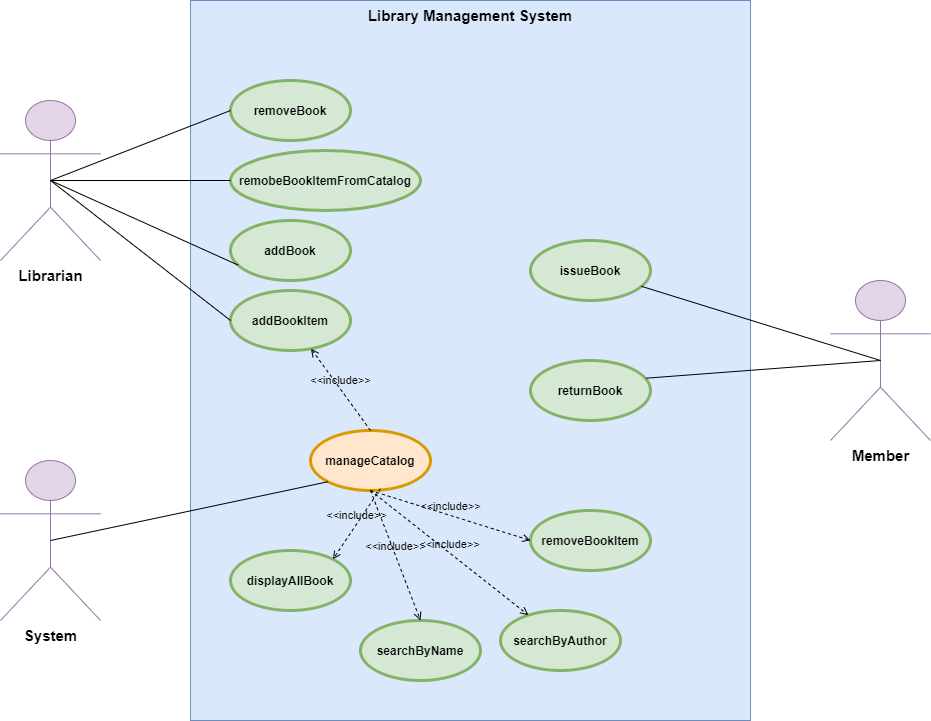
Earlier version of the draw.io export LibraryManagementSystem/UMLDiagrams/UseCaseLMS.png (adaick/PyhonProjects). Source tidied: cells renumbered, new cells last; positions are measured from the earlier drawing's top-left corner, leaving out a move shared by most shapes.
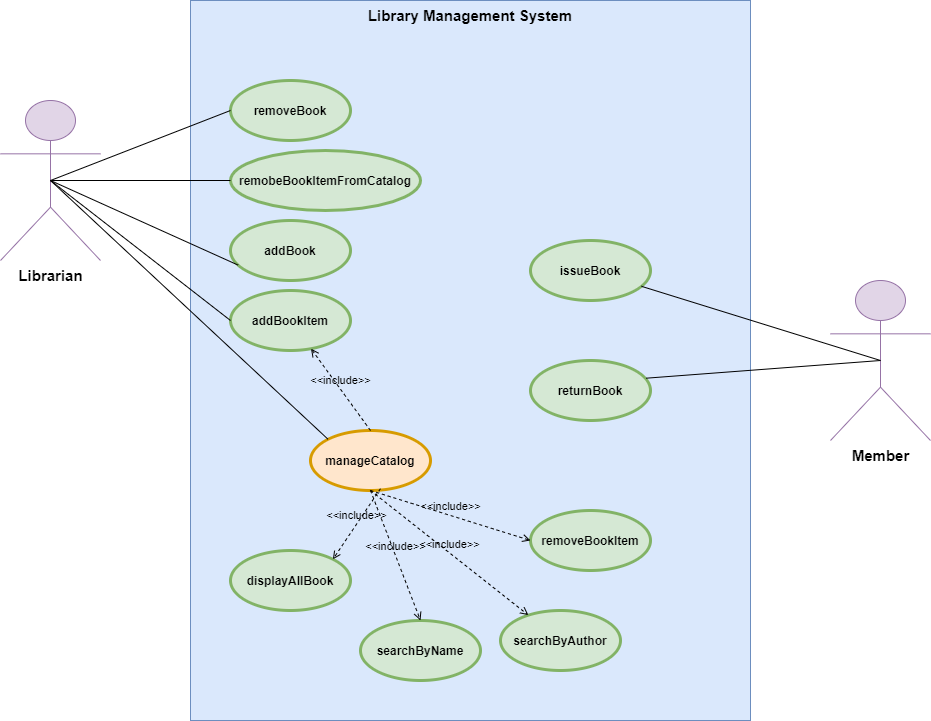
After the commit.

The edit, as a diff of the source:
```diff
@@ -38,9 +38,6 @@
     <mxCell id="13" value="&lt;b&gt;&lt;font style=&quot;font-size: 15px&quot;&gt;Librarian&lt;/font&gt;&lt;/b&gt;" style="shape=umlActor;html=1;verticalLabelPosition=bottom;verticalAlign=top;align=center;fillColor=#e1d5e7;strokeColor=#9673a6;" parent="1" vertex="1">
       <mxGeometry y="100" width="100" height="160" as="geometry" />
     </mxCell>
-    <mxCell id="14" value="&lt;span style=&quot;font-size: 15px&quot;&gt;&lt;b&gt;System&lt;/b&gt;&lt;/span&gt;" style="shape=umlActor;html=1;verticalLabelPosition=bottom;verticalAlign=top;align=center;fillColor=#e1d5e7;strokeColor=#9673a6;" parent="1" vertex="1">
-      <mxGeometry y="460" width="100" height="160" as="geometry" />
-    </mxCell>
     <mxCell id="15" value="&lt;b&gt;&lt;font style=&quot;font-size: 15px&quot;&gt;Member&lt;/font&gt;&lt;/b&gt;" style="shape=umlActor;html=1;verticalLabelPosition=bottom;verticalAlign=top;align=center;fillColor=#e1d5e7;strokeColor=#9673a6;" parent="1" vertex="1">
       <mxGeometry x="830" y="280" width="100" height="160" as="geometry" />
     </mxCell>
@@ -69,9 +66,6 @@
     <mxCell id="22" value="manageCatalog" style="shape=ellipse;html=1;strokeWidth=3;fontStyle=1;whiteSpace=wrap;align=center;perimeter=ellipsePerimeter;fillColor=#ffe6cc;strokeColor=#d79b00;" parent="1" vertex="1">
       <mxGeometry x="310" y="430" width="120" height="60" as="geometry" />
     </mxCell>
-    <mxCell id="23" style="edgeStyle=none;html=1;endArrow=none;verticalAlign=bottom;entryX=0;entryY=1;entryDx=0;entryDy=0;exitX=0.5;exitY=0.5;exitDx=0;exitDy=0;exitPerimeter=0;" parent="1" edge="1" source="14" target="22">
-      <mxGeometry relative="1" as="geometry" />
-    </mxCell>
     <mxCell id="24" value="&amp;lt;&amp;lt;include&amp;gt;&amp;gt;" style="edgeStyle=none;html=1;endArrow=open;verticalAlign=bottom;dashed=1;labelBackgroundColor=none;exitX=0.5;exitY=0;exitDx=0;exitDy=0;" parent="1" edge="1" source="22" target="6">
       <mxGeometry relative="1" as="geometry" />
     </mxCell>
@@ -90,5 +84,10 @@
     <mxCell id="29" style="edgeStyle=orthogonalEdgeStyle;rounded=0;orthogonalLoop=1;jettySize=auto;html=1;exitX=0.5;exitY=1;exitDx=0;exitDy=0;" parent="1" edge="1" source="9" target="9">
       <mxGeometry relative="1" as="geometry" />
     </mxCell>
+    <mxCell id="30" style="edgeStyle=none;html=1;endArrow=none;verticalAlign=bottom;entryX=0;entryY=0;entryDx=0;entryDy=0;" parent="1" edge="1" target="22">
+      <mxGeometry relative="1" as="geometry">
+        <mxPoint x="50" y="180" as="sourcePoint" />
+      </mxGeometry>
+    </mxCell>
   </root>
 </mxGraphModel>
```
